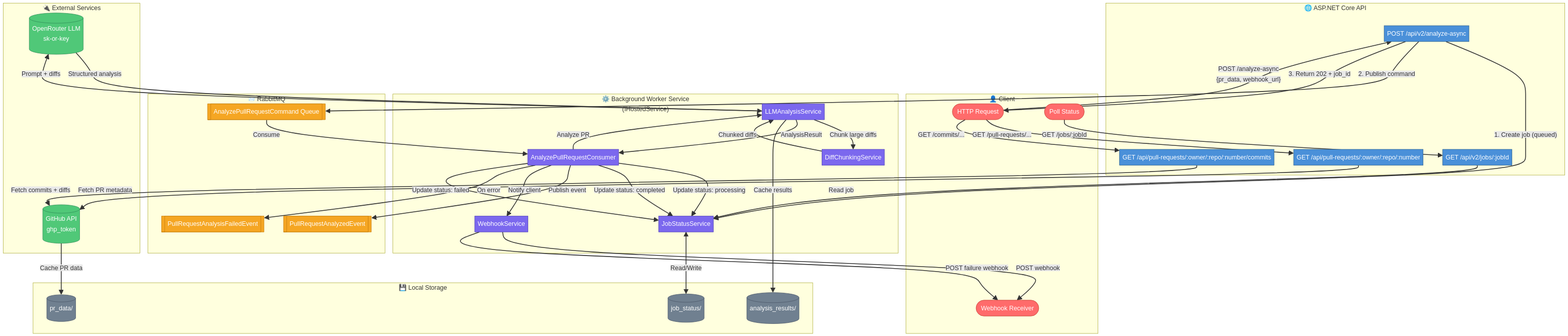
The Mermaid diagram docs/flow.png in devleor/pull-request-analyzer, before a commit. Its source is kept beside it as docs/flow.mmd. Its diagram source:
```mermaid
flowchart TD
    subgraph CLIENT["👤 Client"]
        C1([HTTP Request])
        C2([Poll Status])
        C3([Webhook Receiver])
    end

    subgraph API["🌐 ASP.NET Core API"]
        A1[POST /api/v2/analyze-async]
        A2[GET /api/v2/jobs/:jobId]
        A3[GET /api/pull-requests/:owner/:repo/:number]
        A4[GET /api/pull-requests/:owner/:repo/:number/commits]
    end

    subgraph WORKER["⚙️ Background Worker Service\n(IHostedService)"]
        W1[AnalyzePullRequestConsumer]
        W2[LLMAnalysisService]
        W3[DiffChunkingService]
        W4[JobStatusService]
        W5[WebhookService]
    end

    subgraph QUEUE["📨 RabbitMQ"]
        Q1[[AnalyzePullRequestCommand Queue]]
        Q2[[PullRequestAnalyzedEvent]]
        Q3[[PullRequestAnalysisFailedEvent]]
    end

    subgraph EXTERNAL["🔌 External Services"]
        E1[(GitHub API\nghp_token)]
        E2[(OpenRouter LLM\nsk-or-key)]
    end

    subgraph STORAGE["💾 Local Storage"]
        S1[(pr_data/)]
        S2[(analysis_results/)]
        S3[(job_status/)]
    end

    C1 -->|"POST /analyze-async\n{pr_data, webhook_url}"| A1
    C2 -->|"GET /jobs/:jobId"| A2
    C1 -->|"GET /pull-requests/..."| A3
    C1 -->|"GET /commits/..."| A4

    A1 -->|"1. Create job (queued)"| W4
    A1 -->|"2. Publish command"| Q1
    A1 -->|"3. Return 202 + job_id"| C1

    A3 -->|"Fetch PR metadata"| E1
    A4 -->|"Fetch commits + diffs"| E1

    Q1 -->|"Consume"| W1

    W1 -->|"Update status: processing"| W4
    W1 -->|"Analyze PR"| W2
    W2 -->|"Chunk large diffs"| W3
    W3 -->|"Chunked diffs"| W2
    W2 -->|"Prompt + diffs"| E2
    E2 -->|"Structured analysis"| W2
    W2 -->|"AnalysisResult"| W1
    W1 -->|"Update status: completed"| W4
    W1 -->|"Publish event"| Q2
    W1 -->|"Notify client"| W5
    W5 -->|"POST webhook"| C3

    W1 -->|"On error"| Q3
    W1 -->|"Update status: failed"| W4
    W5 -->|"POST failure webhook"| C3

    W4 <-->|"Read/Write"| S3
    E1 -->|"Cache PR data"| S1
    W2 -->|"Cache results"| S2

    A2 -->|"Read job"| W4

    classDef apiStyle fill:#4A90D9,stroke:#2C5F8A,color:#fff
    classDef workerStyle fill:#7B68EE,stroke:#4B3DB5,color:#fff
    classDef queueStyle fill:#F5A623,stroke:#C47D0E,color:#fff
    classDef externalStyle fill:#50C878,stroke:#2E8B57,color:#fff
    classDef storageStyle fill:#708090,stroke:#4A5568,color:#fff
    classDef clientStyle fill:#FF6B6B,stroke:#C0392B,color:#fff

    class A1,A2,A3,A4 apiStyle
    class W1,W2,W3,W4,W5 workerStyle
    class Q1,Q2,Q3 queueStyle
    class E1,E2 externalStyle
    class S1,S2,S3 storageStyle
    class C1,C2,C3 clientStyle
```
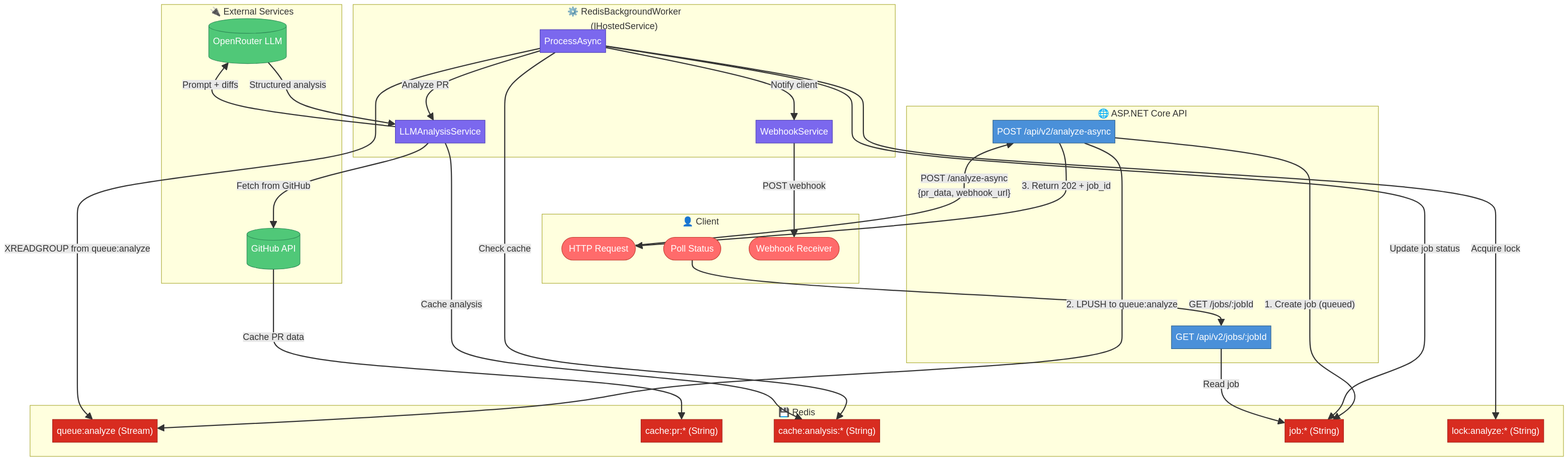
The same file after the commit.

Commit message:
docs: update all documentation to reflect final Redis-only stack

What changed in the source:
```diff
@@ -8,81 +8,58 @@
     subgraph API["🌐 ASP.NET Core API"]
         A1[POST /api/v2/analyze-async]
         A2[GET /api/v2/jobs/:jobId]
-        A3[GET /api/pull-requests/:owner/:repo/:number]
-        A4[GET /api/pull-requests/:owner/:repo/:number/commits]
     end
 
-    subgraph WORKER["⚙️ Background Worker Service\n(IHostedService)"]
-        W1[AnalyzePullRequestConsumer]
+    subgraph WORKER["⚙️ RedisBackgroundWorker\n(IHostedService)"]
+        W1[ProcessAsync]
         W2[LLMAnalysisService]
-        W3[DiffChunkingService]
-        W4[JobStatusService]
-        W5[WebhookService]
+        W3[WebhookService]
     end
 
-    subgraph QUEUE["📨 RabbitMQ"]
-        Q1[[AnalyzePullRequestCommand Queue]]
-        Q2[[PullRequestAnalyzedEvent]]
-        Q3[[PullRequestAnalysisFailedEvent]]
+    subgraph REDIS["💾 Redis"]
+        R1["queue:analyze (Stream)"]
+        R2["cache:pr:* (String)"]
+        R3["cache:analysis:* (String)"]
+        R4["job:* (String)"]
+        R5["lock:analyze:* (String)"]
     end
 
     subgraph EXTERNAL["🔌 External Services"]
-        E1[(GitHub API\nghp_token)]
-        E2[(OpenRouter LLM\nsk-or-key)]
-    end
-
-    subgraph STORAGE["💾 Local Storage"]
-        S1[(pr_data/)]
-        S2[(analysis_results/)]
-        S3[(job_status/)]
+        E1[(GitHub API)]
+        E2[(OpenRouter LLM)]
     end
 
     C1 -->|"POST /analyze-async\n{pr_data, webhook_url}"| A1
     C2 -->|"GET /jobs/:jobId"| A2
-    C1 -->|"GET /pull-requests/..."| A3
-    C1 -->|"GET /commits/..."| A4
 
-    A1 -->|"1. Create job (queued)"| W4
-    A1 -->|"2. Publish command"| Q1
+    A1 -->|"1. Create job (queued)"| R4
+    A1 -->|"2. LPUSH to queue:analyze"| R1
     A1 -->|"3. Return 202 + job_id"| C1
 
-    A3 -->|"Fetch PR metadata"| E1
-    A4 -->|"Fetch commits + diffs"| E1
+    W1 -->|"XREADGROUP from queue:analyze"| R1
 
-    Q1 -->|"Consume"| W1
-
-    W1 -->|"Update status: processing"| W4
+    W1 -->|"Acquire lock"| R5
+    W1 -->|"Check cache"| R3
     W1 -->|"Analyze PR"| W2
-    W2 -->|"Chunk large diffs"| W3
-    W3 -->|"Chunked diffs"| W2
+    W2 -->|"Fetch from GitHub"| E1
+    E1 -->|"Cache PR data"| R2
     W2 -->|"Prompt + diffs"| E2
     E2 -->|"Structured analysis"| W2
-    W2 -->|"AnalysisResult"| W1
-    W1 -->|"Update status: completed"| W4
-    W1 -->|"Publish event"| Q2
-    W1 -->|"Notify client"| W5
-    W5 -->|"POST webhook"| C3
+    W2 -->|"Cache analysis"| R3
+    W1 -->|"Update job status"| R4
+    W1 -->|"Notify client"| W3
+    W3 -->|"POST webhook"| C3
 
-    W1 -->|"On error"| Q3
-    W1 -->|"Update status: failed"| W4
-    W5 -->|"POST failure webhook"| C3
-
-    W4 <-->|"Read/Write"| S3
-    E1 -->|"Cache PR data"| S1
-    W2 -->|"Cache results"| S2
-
-    A2 -->|"Read job"| W4
+    A2 -->|"Read job"| R4
 
     classDef apiStyle fill:#4A90D9,stroke:#2C5F8A,color:#fff
     classDef workerStyle fill:#7B68EE,stroke:#4B3DB5,color:#fff
-    classDef queueStyle fill:#F5A623,stroke:#C47D0E,color:#fff
+    classDef redisStyle fill:#D82C20,stroke:#A31F17,color:#fff
     classDef externalStyle fill:#50C878,stroke:#2E8B57,color:#fff
-    classDef storageStyle fill:#708090,stroke:#4A5568,color:#fff
     classDef clientStyle fill:#FF6B6B,stroke:#C0392B,color:#fff
 
-    class A1,A2,A3,A4 apiStyle
-    class W1,W2,W3,W4,W5 workerStyle
-    class Q1,Q2,Q3 queueStyle
+    class A1,A2 apiStyle
+    class W1,W2,W3 workerStyle
+    class R1,R2,R3,R4,R5 redisStyle
     class E1,E2 externalStyle
-    class S1,S2,S3 storageStyle
     class C1,C2,C3 clientStyle
```
